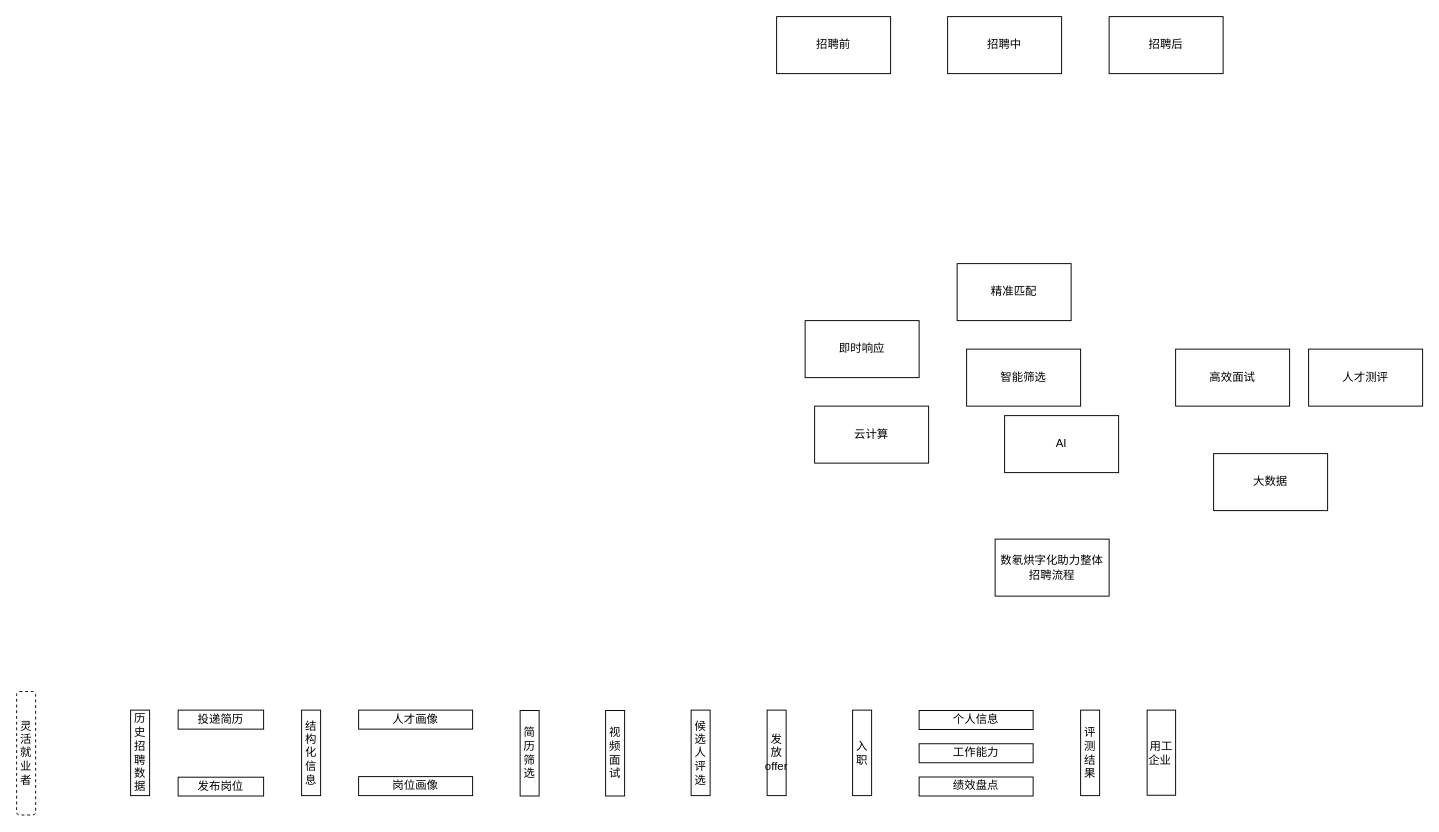
Before: ppt.drawio in JiashuaiXu/CircuitPy, a draw.io diagram. Source tidied: cells renumbered, new cells numbered last; positions are measured from the earlier drawing's top-left corner, leaving out a move shared by most shapes. Both pictures are drawn from the tidied source at 95%, with x=0, y=0 at pixel (16, 16).
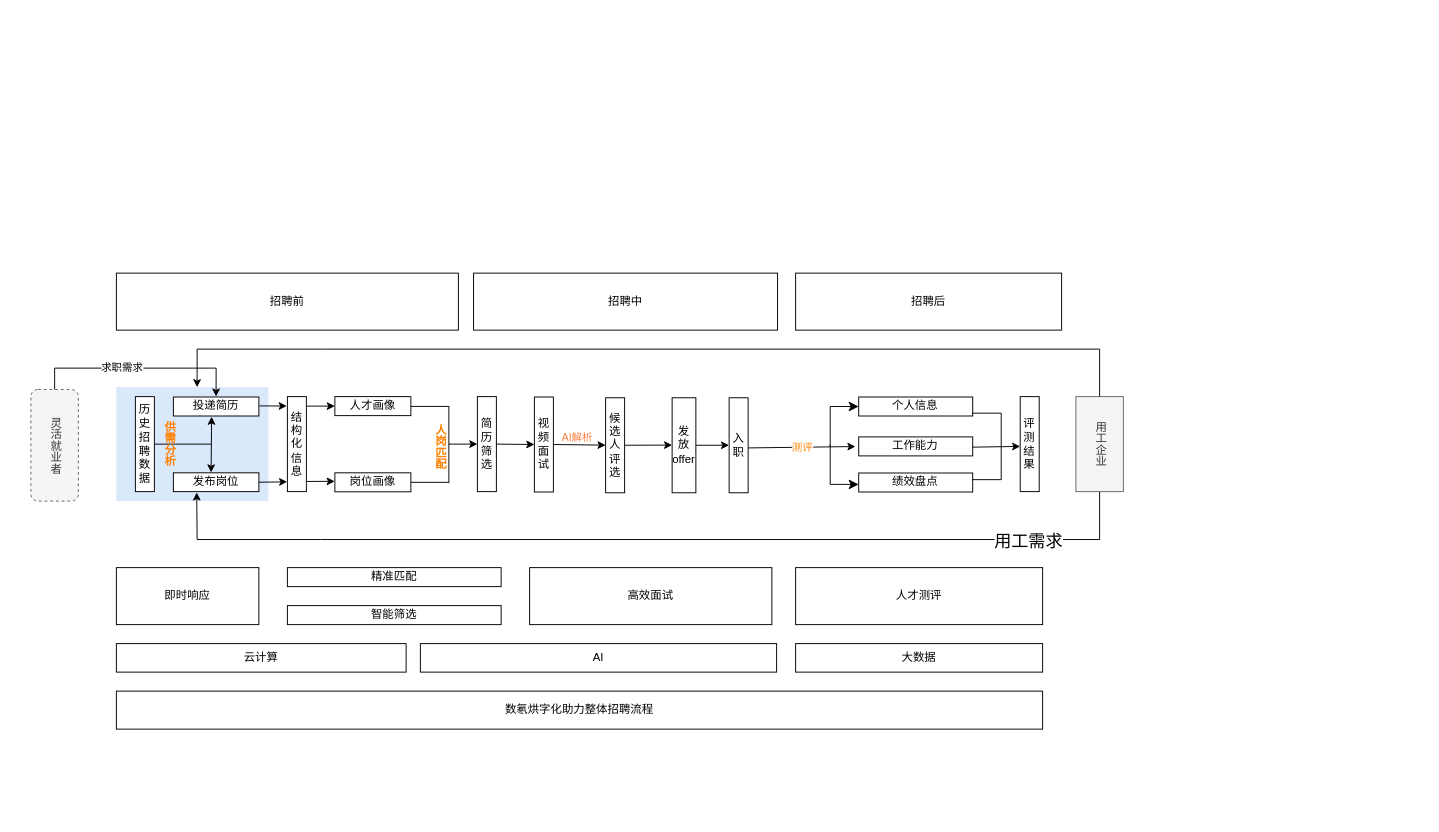
The same diagram, later.

The edit, as a diff of the source:
```diff
@@
+    <mxCell id="31" style="rounded=0;whiteSpace=wrap;html=1;fillColor=#dae8fc;strokeColor=none;" parent="1" vertex="1">
+      <mxGeometry x="105" y="390" width="160" height="120" as="geometry" />
+    </mxCell>
-    <mxCell id="2" value="招聘前" style="rounded=0;whiteSpace=wrap;html=1;" parent="1" vertex="1">
-      <mxGeometry x="800" width="120" height="60" as="geometry" />
+    <mxCell id="2" value="招聘中" style="rounded=0;whiteSpace=wrap;html=1;" parent="1" vertex="1">
+      <mxGeometry x="481" y="270" width="320" height="60" as="geometry" />
     </mxCell>
-    <mxCell id="3" value="招聘中" style="rounded=0;whiteSpace=wrap;html=1;" parent="1" vertex="1">
-      <mxGeometry x="980" width="120" height="60" as="geometry" />
-    </mxCell>
     <mxCell id="4" value="招聘后" style="rounded=0;whiteSpace=wrap;html=1;" parent="1" vertex="1">
-      <mxGeometry x="1150" width="120" height="60" as="geometry" />
+      <mxGeometry x="820" y="270" width="280" height="60" as="geometry" />
     </mxCell>
     <mxCell id="5" value="云计算" style="rounded=0;whiteSpace=wrap;html=1;" parent="1" vertex="1">
-      <mxGeometry x="840" y="410" width="120" height="60" as="geometry" />
+      <mxGeometry x="105" y="660" width="305" height="30" as="geometry" />
     </mxCell>
     <mxCell id="6" value="AI" style="rounded=0;whiteSpace=wrap;html=1;" parent="1" vertex="1">
-      <mxGeometry x="1040" y="420" width="120" height="60" as="geometry" />
+      <mxGeometry x="425" y="660" width="375" height="30" as="geometry" />
     </mxCell>
     <mxCell id="7" value="大数据" style="rounded=0;whiteSpace=wrap;html=1;" parent="1" vertex="1">
-      <mxGeometry x="1260" y="460" width="120" height="60" as="geometry" />
+      <mxGeometry x="820" y="660" width="260" height="30" as="geometry" />
     </mxCell>
     <mxCell id="8" value="数氡烘字化助力整体招聘流程" style="rounded=0;whiteSpace=wrap;html=1;" parent="1" vertex="1">
-      <mxGeometry x="1030" y="550" width="120" height="60" as="geometry" />
+      <mxGeometry x="105" y="710" width="975" height="40" as="geometry" />
     </mxCell>
     <mxCell id="9" value="即时响应" style="rounded=0;whiteSpace=wrap;html=1;" parent="1" vertex="1">
-      <mxGeometry x="830" y="320" width="120" height="60" as="geometry" />
+      <mxGeometry x="105" y="580" width="150" height="60" as="geometry" />
     </mxCell>
     <mxCell id="10" value="精准匹配" style="rounded=0;whiteSpace=wrap;html=1;" parent="1" vertex="1">
-      <mxGeometry x="990" y="260" width="120" height="60" as="geometry" />
+      <mxGeometry x="285" y="580" width="225" height="20" as="geometry" />
     </mxCell>
     <mxCell id="11" value="智能筛选" style="rounded=0;whiteSpace=wrap;html=1;" parent="1" vertex="1">
-      <mxGeometry x="1000" y="350" width="120" height="60" as="geometry" />
+      <mxGeometry x="285" y="620" width="225" height="20" as="geometry" />
     </mxCell>
     <mxCell id="12" value="高效面试" style="rounded=0;whiteSpace=wrap;html=1;" parent="1" vertex="1">
-      <mxGeometry x="1220" y="350" width="120" height="60" as="geometry" />
+      <mxGeometry x="540" y="580" width="255" height="60" as="geometry" />
     </mxCell>
     <mxCell id="13" value="人才测评" style="rounded=0;whiteSpace=wrap;html=1;" parent="1" vertex="1">
-      <mxGeometry x="1360" y="350" width="120" height="60" as="geometry" />
+      <mxGeometry x="820" y="580" width="260" height="60" as="geometry" />
     </mxCell>
     <mxCell id="14" value="结构化信息" style="rounded=0;whiteSpace=wrap;html=1;" parent="1" vertex="1">
-      <mxGeometry x="300" y="730" width="20" height="90" as="geometry" />
+      <mxGeometry x="285" y="400" width="20" height="100" as="geometry" />
     </mxCell>
-    <mxCell id="15" value="灵活就业者" style="rounded=1;whiteSpace=wrap;html=1;dashed=1;" parent="1" vertex="1">
-      <mxGeometry y="710.4" width="20" height="130" as="geometry" />
+    <mxCell id="15" value="灵活就业者" style="rounded=1;whiteSpace=wrap;html=1;dashed=1;fillColor=#f5f5f5;fontColor=#333333;strokeColor=#666666;gradientColor=none;horizontal=1;textDirection=vertical-lr;" parent="1" vertex="1">
+      <mxGeometry x="15" y="392.5" width="50" height="117.5" as="geometry" />
     </mxCell>
     <mxCell id="16" value="投递简历" style="rounded=0;whiteSpace=wrap;html=1;" parent="1" vertex="1">
-      <mxGeometry x="170" y="730" width="90" height="20" as="geometry" />
+      <mxGeometry x="165" y="400.4" width="90" height="20" as="geometry" />
     </mxCell>
     <mxCell id="17" value="发布岗位" style="rounded=0;whiteSpace=wrap;html=1;" parent="1" vertex="1">
-      <mxGeometry x="170" y="800.6" width="90" height="19.8" as="geometry" />
+      <mxGeometry x="165" y="480.2" width="90" height="19.8" as="geometry" />
     </mxCell>
     <mxCell id="18" value="历史招聘数据" style="rounded=0;whiteSpace=wrap;html=1;fillColor=default;" parent="1" vertex="1">
-      <mxGeometry x="120" y="730" width="20" height="90" as="geometry" />
+      <mxGeometry x="125" y="400" width="20" height="100" as="geometry" />
     </mxCell>
     <mxCell id="19" value="人才画像" style="rounded=0;whiteSpace=wrap;html=1;" parent="1" vertex="1">
-      <mxGeometry x="360" y="730" width="120" height="20" as="geometry" />
+      <mxGeometry x="335" y="400" width="80" height="20" as="geometry" />
     </mxCell>
     <mxCell id="20" value="岗位画像" style="rounded=0;whiteSpace=wrap;html=1;" parent="1" vertex="1">
-      <mxGeometry x="360" y="800" width="120" height="20" as="geometry" />
+      <mxGeometry x="335" y="480.2" width="80" height="20" as="geometry" />
     </mxCell>
     <mxCell id="21" value="简历筛选" style="rounded=0;whiteSpace=wrap;html=1;" parent="1" vertex="1">
-      <mxGeometry x="530" y="730.4" width="20" height="90" as="geometry" />
+      <mxGeometry x="485" y="400" width="20" height="100" as="geometry" />
     </mxCell>
     <mxCell id="22" value="视频面试" style="rounded=0;whiteSpace=wrap;html=1;" parent="1" vertex="1">
-      <mxGeometry x="620" y="730.4" width="20" height="90" as="geometry" />
+      <mxGeometry x="545" y="400.4" width="20" height="100" as="geometry" />
     </mxCell>
     <mxCell id="23" value="发放offer" style="rounded=0;whiteSpace=wrap;html=1;" parent="1" vertex="1">
-      <mxGeometry x="790" y="730" width="20" height="90" as="geometry" />
+      <mxGeometry x="690" y="401.2" width="25" height="100" as="geometry" />
     </mxCell>
-    <mxCell id="24" value="候选人评选" style="rounded=0;whiteSpace=wrap;html=1;" parent="1" vertex="1">
-      <mxGeometry x="710" y="730" width="20" height="90" as="geometry" />
-    </mxCell>
-    <mxCell id="25" value="入职" style="rounded=0;whiteSpace=wrap;html=1;" parent="1" vertex="1">
-      <mxGeometry x="880" y="730" width="20" height="90" as="geometry" />
-    </mxCell>
     <mxCell id="26" value="个人信息" style="rounded=0;whiteSpace=wrap;html=1;" parent="1" vertex="1">
-      <mxGeometry x="950" y="730.4" width="120" height="20" as="geometry" />
+      <mxGeometry x="886.4" y="400.4" width="120" height="20" as="geometry" />
     </mxCell>
     <mxCell id="27" value="工作能力" style="rounded=0;whiteSpace=wrap;html=1;" parent="1" vertex="1">
-      <mxGeometry x="950" y="765.4" width="120" height="20" as="geometry" />
+      <mxGeometry x="886.4" y="442.4" width="120" height="20" as="geometry" />
     </mxCell>
     <mxCell id="28" value="绩效盘点" style="rounded=0;whiteSpace=wrap;html=1;" parent="1" vertex="1">
-      <mxGeometry x="950" y="800.4" width="120" height="20" as="geometry" />
+      <mxGeometry x="886.4" y="480.4" width="120" height="20" as="geometry" />
     </mxCell>
     <mxCell id="29" value="评测结果" style="rounded=0;whiteSpace=wrap;html=1;" parent="1" vertex="1">
-      <mxGeometry x="1120" y="730" width="20" height="90" as="geometry" />
+      <mxGeometry x="1056.4" y="400" width="20" height="100" as="geometry" />
     </mxCell>
+    <mxCell id="32" style="endArrow=none;html=1;rounded=0;exitX=1;exitY=0.5;exitDx=0;exitDy=0;" parent="1" edge="1" source="18">
+      <mxGeometry relative="1" as="geometry">
+        <mxPoint x="205" y="450" as="targetPoint" />
+      </mxGeometry>
+    </mxCell>
+    <mxCell id="33" style="endArrow=classic;startArrow=classic;html=1;rounded=0;entryX=0.447;entryY=1.037;entryDx=0;entryDy=0;entryPerimeter=0;exitX=0.441;exitY=-0.019;exitDx=0;exitDy=0;exitPerimeter=0;" parent="1" edge="1" source="17" target="16">
+      <mxGeometry relative="1" as="geometry">
+        <Array as="points">
+          <mxPoint x="205" y="450" />
+        </Array>
+      </mxGeometry>
+    </mxCell>
+    <mxCell id="34" style="endArrow=classic;html=1;rounded=0;entryX=-0.03;entryY=0.099;entryDx=0;entryDy=0;entryPerimeter=0;exitX=1.007;exitY=0.47;exitDx=0;exitDy=0;exitPerimeter=0;" parent="1" edge="1" source="16" target="14">
+      <mxGeometry relative="1" as="geometry" />
+    </mxCell>
+    <mxCell id="35" style="endArrow=classic;html=1;rounded=0;exitX=1;exitY=0.5;exitDx=0;exitDy=0;entryX=-0.01;entryY=0.897;entryDx=0;entryDy=0;entryPerimeter=0;" parent="1" edge="1" source="17" target="14">
+      <mxGeometry relative="1" as="geometry" />
+    </mxCell>
+    <mxCell id="36" style="endArrow=classic;html=1;rounded=0;entryX=0;entryY=0.5;entryDx=0;entryDy=0;exitX=1.024;exitY=0.1;exitDx=0;exitDy=0;exitPerimeter=0;" parent="1" edge="1" source="14" target="19">
+      <mxGeometry relative="1" as="geometry" />
+    </mxCell>
+    <mxCell id="37" style="endArrow=classic;html=1;rounded=0;exitX=1.03;exitY=0.893;exitDx=0;exitDy=0;exitPerimeter=0;entryX=-0.002;entryY=0.448;entryDx=0;entryDy=0;entryPerimeter=0;" parent="1" edge="1" source="14" target="20">
+      <mxGeometry relative="1" as="geometry" />
+    </mxCell>
+    <mxCell id="38" style="endArrow=none;html=1;rounded=0;" parent="1" edge="1">
+      <mxGeometry relative="1" as="geometry">
+        <mxPoint x="415" y="410.3" as="sourcePoint" />
+        <mxPoint x="455" y="410.3" as="targetPoint" />
+      </mxGeometry>
+    </mxCell>
+    <mxCell id="39" style="endArrow=none;html=1;rounded=0;" parent="1" edge="1">
+      <mxGeometry relative="1" as="geometry">
+        <mxPoint x="415" y="490.2" as="sourcePoint" />
+        <mxPoint x="455" y="490.2" as="targetPoint" />
+      </mxGeometry>
+    </mxCell>
+    <mxCell id="40" style="endArrow=none;html=1;rounded=0;" parent="1" edge="1">
+      <mxGeometry relative="1" as="geometry">
+        <mxPoint x="455" y="491" as="sourcePoint" />
+        <mxPoint x="455" y="410" as="targetPoint" />
+      </mxGeometry>
+    </mxCell>
+    <mxCell id="41" style="endArrow=classic;html=1;rounded=0;entryX=0;entryY=0.5;entryDx=0;entryDy=0;" parent="1" edge="1" target="21">
+      <mxGeometry relative="1" as="geometry">
+        <mxPoint x="455" y="450" as="sourcePoint" />
+      </mxGeometry>
+    </mxCell>
+    <mxCell id="42" style="endArrow=classic;html=1;rounded=0;entryX=0;entryY=0.5;entryDx=0;entryDy=0;exitX=1;exitY=0.5;exitDx=0;exitDy=0;" parent="1" edge="1" source="21" target="22">
+      <mxGeometry relative="1" as="geometry" />
+    </mxCell>
+    <mxCell id="43" style="endArrow=classic;html=1;rounded=0;entryX=-0.028;entryY=0.507;entryDx=0;entryDy=0;entryPerimeter=0;exitX=0.98;exitY=0.528;exitDx=0;exitDy=0;exitPerimeter=0;" parent="1" edge="1" source="25" target="27">
+      <mxGeometry relative="1" as="geometry" />
+    </mxCell>
+    <mxCell id="44" value="测评" style="edgeLabel;html=1;align=center;verticalAlign=middle;fontColor=#ff8000;" parent="43" vertex="1">
+      <mxGeometry relative="1" as="geometry" />
+    </mxCell>
+    <mxCell id="45" style="edgeStyle=segmentEdgeStyle;endArrow=classic;html=1;curved=0;rounded=0;endSize=8;startSize=8;entryX=0;entryY=0.5;entryDx=0;entryDy=0;" parent="1" edge="1">
+      <mxGeometry relative="1" as="geometry">
+        <mxPoint x="856.4" y="450.4" as="sourcePoint" />
+        <mxPoint x="886.4" y="492.4" as="targetPoint" />
+        <Array as="points">
+          <mxPoint x="856.4" y="492.4" />
+        </Array>
+      </mxGeometry>
+    </mxCell>
+    <mxCell id="46" style="shape=partialRectangle;whiteSpace=wrap;html=1;bottom=1;right=1;left=1;top=0;fillColor=none;routingCenterX=-0.5;direction=north;" parent="1" vertex="1">
+      <mxGeometry x="1006.4" y="417.4" width="30" height="70" as="geometry" />
+    </mxCell>
+    <mxCell id="47" style="endArrow=classic;html=1;rounded=0;exitX=0.549;exitY=0.06;exitDx=0;exitDy=0;exitPerimeter=0;" parent="1" edge="1">
+      <mxGeometry relative="1" as="geometry">
+        <mxPoint x="1006.4" y="453.2" as="sourcePoint" />
+        <mxPoint x="1056.4" y="452.4" as="targetPoint" />
+      </mxGeometry>
+    </mxCell>
-    <mxCell id="30" value="用工企业&lt;span style=&quot;white-space: pre;&quot;&gt;&#9;&lt;/span&gt;" style="rounded=0;whiteSpace=wrap;html=1;" parent="1" vertex="1">
-      <mxGeometry x="1190" y="730" width="30" height="89.6" as="geometry" />
+    <mxCell id="30" value="用工企业" style="rounded=0;whiteSpace=wrap;html=1;horizontal=1;textDirection=vertical-lr;fillColor=#f5f5f5;fontColor=#333333;strokeColor=#666666;" parent="1" vertex="1">
+      <mxGeometry x="1115" y="400" width="50" height="100" as="geometry" />
     </mxCell>
+    <mxCell id="48" style="endArrow=classic;html=1;rounded=0;exitX=1;exitY=0.5;exitDx=0;exitDy=0;" parent="1" edge="1" source="24">
+      <mxGeometry relative="1" as="geometry">
+        <mxPoint x="690" y="451" as="targetPoint" />
+      </mxGeometry>
+    </mxCell>
+    <mxCell id="49" style="endArrow=classic;html=1;rounded=0;exitX=1;exitY=0.5;exitDx=0;exitDy=0;" parent="1" edge="1" source="22" target="24">
+      <mxGeometry relative="1" as="geometry" />
+    </mxCell>
+    <mxCell id="50" value="AI解析" style="edgeLabel;html=1;align=center;verticalAlign=middle;rotation=0;comic=0;fontColor=#ff8040;" parent="49" vertex="1">
+      <mxGeometry relative="1" as="geometry">
+        <mxPoint x="-3" y="-8" as="offset" />
+      </mxGeometry>
+    </mxCell>
+    <mxCell id="24" value="候选人评选" style="rounded=0;whiteSpace=wrap;html=1;" parent="1" vertex="1">
+      <mxGeometry x="620" y="401.2" width="20" height="100" as="geometry" />
+    </mxCell>
+    <mxCell id="51" style="endArrow=classic;html=1;rounded=0;entryX=0;entryY=0.5;entryDx=0;entryDy=0;exitX=1;exitY=0.5;exitDx=0;exitDy=0;" parent="1" edge="1" source="23" target="25">
+      <mxGeometry relative="1" as="geometry" />
+    </mxCell>
+    <mxCell id="25" value="入职" style="rounded=0;whiteSpace=wrap;html=1;" parent="1" vertex="1">
+      <mxGeometry x="750" y="401.2" width="20" height="100" as="geometry" />
+    </mxCell>
+    <mxCell id="52" style="edgeStyle=segmentEdgeStyle;endArrow=classic;html=1;curved=0;rounded=0;endSize=8;startSize=8;entryX=0;entryY=0.5;entryDx=0;entryDy=0;" parent="1" edge="1">
+      <mxGeometry relative="1" as="geometry">
+        <mxPoint x="856.4" y="452.4" as="sourcePoint" />
+        <mxPoint x="886.4" y="410.4" as="targetPoint" />
+        <Array as="points">
+          <mxPoint x="856.4" y="410.4" />
+        </Array>
+      </mxGeometry>
+    </mxCell>
+    <mxCell id="53" style="endArrow=classic;html=1;rounded=0;entryX=0.531;entryY=0.001;entryDx=0;entryDy=0;entryPerimeter=0;" parent="1" edge="1" target="31">
+      <mxGeometry relative="1" as="geometry">
+        <mxPoint x="1140" y="400" as="sourcePoint" />
+        <Array as="points">
+          <mxPoint x="1140" y="350" />
+          <mxPoint x="320" y="350" />
+          <mxPoint x="190" y="350" />
+        </Array>
+      </mxGeometry>
+    </mxCell>
+    <mxCell id="54" style="endArrow=classic;html=1;rounded=0;entryX=0.656;entryY=0.083;entryDx=0;entryDy=0;entryPerimeter=0;" parent="1" edge="1" target="31">
+      <mxGeometry relative="1" as="geometry">
+        <mxPoint x="40" y="392.5" as="sourcePoint" />
+        <Array as="points">
+          <mxPoint x="40" y="370" />
+          <mxPoint x="210" y="370" />
+        </Array>
+      </mxGeometry>
+    </mxCell>
+    <mxCell id="55" value="求职需求" style="edgeLabel;html=1;align=center;verticalAlign=middle;" parent="54" vertex="1">
+      <mxGeometry x="-0.16" y="1" relative="1" as="geometry" />
+    </mxCell>
+    <mxCell id="56" value="供需分析" style="text;html=1;align=center;verticalAlign=middle;strokeColor=none;fillColor=none;textDirection=vertical-lr;fontColor=#ff8000;horizontal=1;fontSize=12;fontStyle=1;" parent="1" vertex="1">
+      <mxGeometry x="125" y="447" width="70" height="30" as="geometry" />
+    </mxCell>
+    <mxCell id="57" style="endArrow=classic;html=1;rounded=0;entryX=0.273;entryY=1.042;entryDx=0;entryDy=0;entryPerimeter=0;" parent="1" edge="1" target="17">
+      <mxGeometry relative="1" as="geometry">
+        <mxPoint x="1140" y="500.4" as="sourcePoint" />
+        <Array as="points">
+          <mxPoint x="1140" y="550.4" />
+          <mxPoint x="320" y="550.4" />
+          <mxPoint x="190" y="550.4" />
+        </Array>
+      </mxGeometry>
+    </mxCell>
+    <mxCell id="58" value="用工需求" style="edgeLabel;html=1;align=center;verticalAlign=middle;fontSize=18;" parent="57" vertex="1">
+      <mxGeometry x="-0.83" y="2" relative="1" as="geometry">
+        <mxPoint x="-37" as="offset" />
+      </mxGeometry>
+    </mxCell>
+    <mxCell id="59" value="人岗匹配" style="text;html=1;align=center;verticalAlign=middle;strokeColor=none;fillColor=none;textDirection=vertical-lr;fontColor=#ff8000;horizontal=1;fontSize=12;fontStyle=1;" parent="1" vertex="1">
+      <mxGeometry x="410" y="450.4" width="70" height="30" as="geometry" />
+    </mxCell>
+    <mxCell id="60" value="招聘前" style="rounded=0;whiteSpace=wrap;html=1;" parent="1" vertex="1">
+      <mxGeometry x="105" y="270" width="360" height="60" as="geometry" />
+    </mxCell>
```
